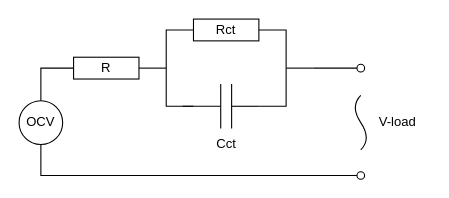
Earlier version of the draw.io diagram RC_battery_model.drawio (PHentosh/draw_io_projects). Source tidied: cells renumbered, new cells numbered last; positions are measured from the earlier drawing's top-left corner, leaving out a move shared by most shapes. Both pictures are drawn from the tidied source at 109%, with x=0, y=0 at pixel (19, 19).
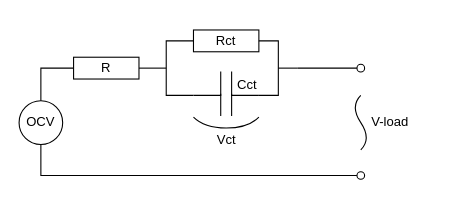
After the change.

What changed in the source:
```diff
@@
     <mxCell id="6" value="Rct" style="rounded=0;whiteSpace=wrap;html=1;" parent="1" vertex="1">
-      <mxGeometry x="160" width="60" height="20" as="geometry" />
+      <mxGeometry x="160" y="10" width="60" height="20" as="geometry" />
     </mxCell>
-    <mxCell id="7" style="edgeStyle=orthogonalEdgeStyle;rounded=0;jettySize=auto;html=1;exitX=0;exitY=0.5;exitDx=0;exitDy=0;endArrow=none;startFill=0;" parent="1" edge="1" source="8">
+    <mxCell id="7" style="edgeStyle=orthogonalEdgeStyle;rounded=0;jettySize=auto;html=1;exitX=0;exitY=0.5;exitDx=0;exitDy=0;endArrow=none;startFill=0;entryX=1;entryY=1;entryDx=0;entryDy=0;entryPerimeter=0;" parent="1" edge="1" source="8" target="10">
       <mxGeometry relative="1" as="geometry">
-        <mxPoint x="150" y="80.1" as="targetPoint" />
+        <Array as="points">
+          <mxPoint x="185" y="70" />
+        </Array>
       </mxGeometry>
     </mxCell>
     <mxCell id="8" style="shape=partialRectangle;whiteSpace=wrap;html=1;top=0;bottom=0;fillColor=none;" parent="1" vertex="1">
-      <mxGeometry x="185" y="60" width="10" height="40" as="geometry" />
+      <mxGeometry x="185" y="48.5" width="10" height="40" as="geometry" />
     </mxCell>
     <mxCell id="9" value="Cct" style="text;html=1;align=center;verticalAlign=middle;strokeColor=none;fillColor=none;" parent="1" vertex="1">
-      <mxGeometry x="170" y="100" width="40" height="30" as="geometry" />
+      <mxGeometry x="189" y="46" width="40" height="30" as="geometry" />
     </mxCell>
     <mxCell id="10" style="strokeWidth=1;html=1;shape=mxgraph.flowchart.annotation_2;align=left;labelPosition=right;" parent="1" vertex="1">
-      <mxGeometry x="110" y="10" width="50" height="70" as="geometry" />
+      <mxGeometry x="110" y="20" width="50" height="50" as="geometry" />
     </mxCell>
@@
     <mxCell id="12" style="strokeWidth=1;html=1;shape=mxgraph.flowchart.annotation_2;align=left;labelPosition=right;rotation=-180;" parent="1" vertex="1">
-      <mxGeometry x="220" y="10" width="50" height="70" as="geometry" />
+      <mxGeometry x="220" y="20" width="35.7" height="50" as="geometry" />
     </mxCell>
     <mxCell id="13" style="edgeStyle=orthogonalEdgeStyle;rounded=0;jettySize=auto;html=1;exitX=1;exitY=0.5;exitDx=0;exitDy=0;entryX=1;entryY=0;entryDx=0;entryDy=0;entryPerimeter=0;strokeColor=default;endArrow=none;startFill=0;" parent="1" edge="1" source="8" target="12">
-      <mxGeometry relative="1" as="geometry" />
+      <mxGeometry relative="1" as="geometry">
+        <Array as="points">
+          <mxPoint x="195" y="70" />
+        </Array>
+      </mxGeometry>
     </mxCell>
@@
     <mxCell id="17" value="V-load" style="text;html=1;align=center;verticalAlign=middle;strokeColor=none;fillColor=none;" parent="1" vertex="1">
-      <mxGeometry x="317" y="80" width="60" height="30" as="geometry" />
+      <mxGeometry x="310" y="80" width="60" height="30" as="geometry" />
     </mxCell>
+    <mxCell id="18" style="curved=1;endArrow=none;html=1;rounded=0;startFill=0;strokeWidth=1;" parent="1" edge="1">
+      <mxGeometry relative="1" as="geometry">
+        <mxPoint x="160" y="90" as="sourcePoint" />
+        <mxPoint x="220" y="90" as="targetPoint" />
+        <Array as="points">
+          <mxPoint x="160" y="90" />
+          <mxPoint x="170" y="100" />
+          <mxPoint x="210" y="100" />
+        </Array>
+      </mxGeometry>
+    </mxCell>
+    <mxCell id="19" value="Vct" style="text;html=1;align=center;verticalAlign=middle;strokeColor=none;fillColor=none;" parent="1" vertex="1">
+      <mxGeometry x="170" y="96" width="40" height="30" as="geometry" />
+    </mxCell>
```
